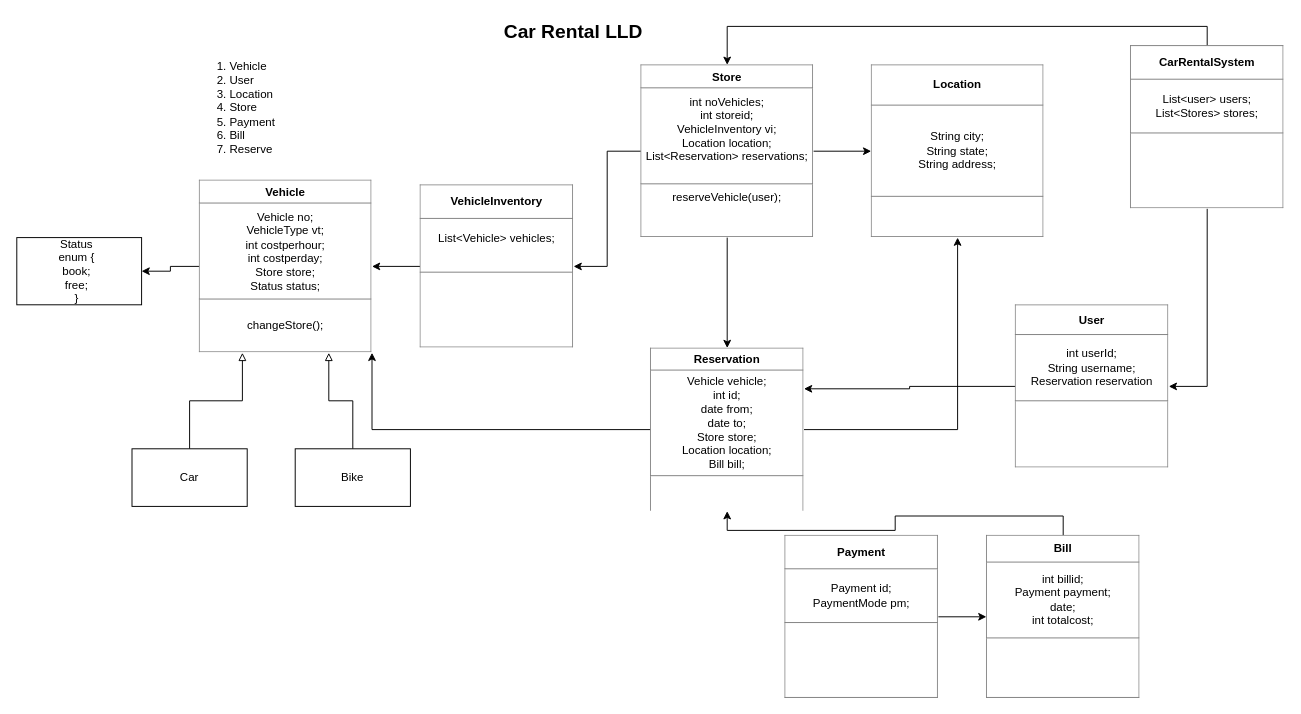
Above: CarRentalLLD.drawio in Prathamesh101/SystemDesignPractice (draw.io), before the change. Source tidied: cells renumbered, new cells numbered last; positions are measured from the earlier drawing's top-left corner, leaving out a move shared by most shapes. Both pictures are drawn from the tidied source at 96%, with x=0, y=0 at pixel (16, 16).
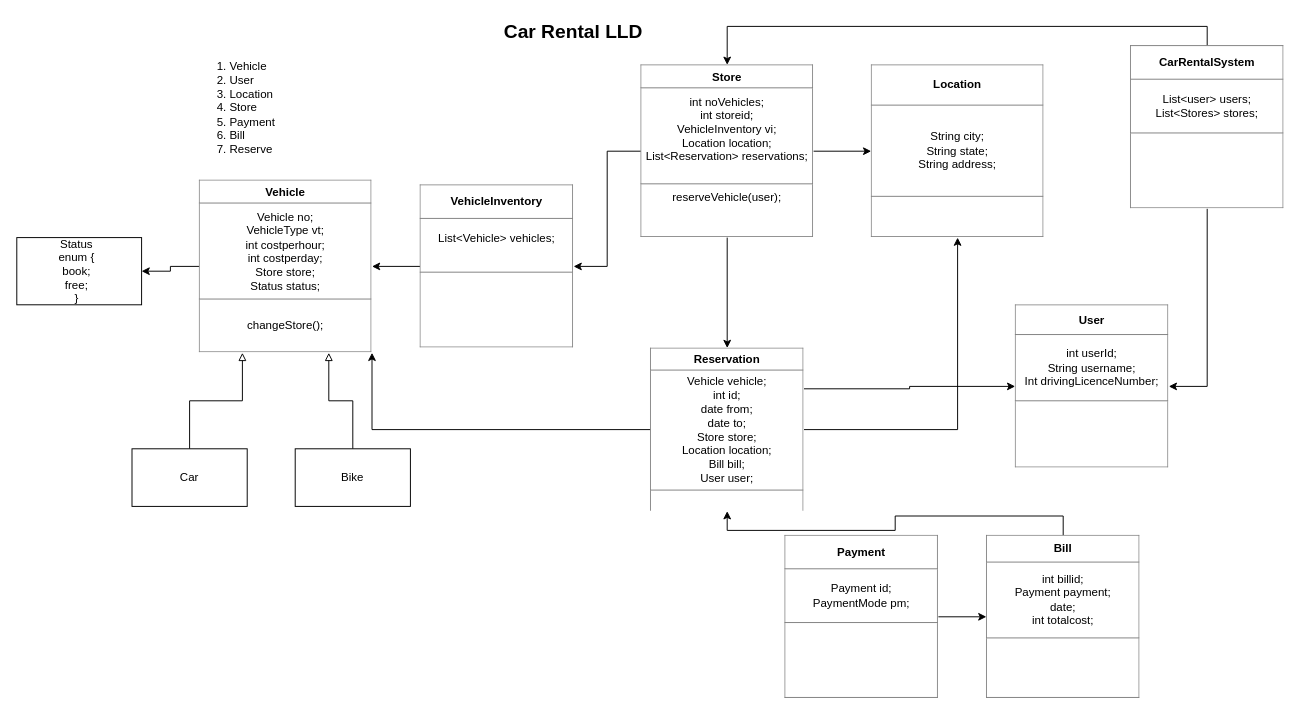
The same diagram, later.

Diff of the diagram source:
```diff
@@
+    <mxCell id="32" style="edgeStyle=orthogonalEdgeStyle;rounded=0;jettySize=auto;html=1;exitX=1;exitY=0.25;exitDx=0;exitDy=0;" parent="1" edge="1" source="19" target="28">
+      <mxGeometry relative="1" as="geometry" />
+    </mxCell>
-    <mxCell id="19" value="&lt;table border=&quot;1&quot; width=&quot;100%&quot; height=&quot;100%&quot; cellpadding=&quot;4&quot; style=&quot;width:100%;height:100%;border-collapse:collapse;&quot;&gt;&lt;tbody&gt;&lt;tr&gt;&lt;th align=&quot;center&quot;&gt;Reservation&lt;/th&gt;&lt;/tr&gt;&lt;tr&gt;&lt;td align=&quot;center&quot;&gt;Vehicle vehicle;&lt;br&gt;int id;&lt;br&gt;date from;&lt;br&gt;date to;&lt;br&gt;Store store;&lt;br&gt;Location location;&lt;br&gt;Bill bill;&lt;/td&gt;&lt;/tr&gt;&lt;tr&gt;&lt;td align=&quot;center&quot;&gt;&lt;br&gt;&lt;br&gt;&lt;br&gt;&lt;/td&gt;&lt;/tr&gt;&lt;/tbody&gt;&lt;/table&gt;" style="text;html=1;whiteSpace=wrap;strokeColor=none;fillColor=none;overflow=fill;" parent="1" vertex="1">
+    <mxCell id="19" value="&lt;table border=&quot;1&quot; width=&quot;100%&quot; height=&quot;100%&quot; cellpadding=&quot;4&quot; style=&quot;width:100%;height:100%;border-collapse:collapse;&quot;&gt;&lt;tbody&gt;&lt;tr&gt;&lt;th align=&quot;center&quot;&gt;Reservation&lt;/th&gt;&lt;/tr&gt;&lt;tr&gt;&lt;td align=&quot;center&quot;&gt;Vehicle vehicle;&lt;br&gt;int id;&lt;br&gt;date from;&lt;br&gt;date to;&lt;br&gt;Store store;&lt;br&gt;Location location;&lt;br&gt;Bill bill;&lt;br&gt;User user;&lt;/td&gt;&lt;/tr&gt;&lt;tr&gt;&lt;td align=&quot;center&quot;&gt;&lt;br&gt;&lt;br&gt;&lt;br&gt;&lt;/td&gt;&lt;/tr&gt;&lt;/tbody&gt;&lt;/table&gt;" style="text;html=1;whiteSpace=wrap;strokeColor=none;fillColor=none;overflow=fill;" parent="1" vertex="1">
       <mxGeometry x="660" y="345" width="160" height="170" as="geometry" />
     </mxCell>
@@
-    <mxCell id="27" style="edgeStyle=orthogonalEdgeStyle;rounded=0;jettySize=auto;html=1;entryX=1;entryY=0.25;entryDx=0;entryDy=0;" parent="1" edge="1" source="28" target="19">
-      <mxGeometry relative="1" as="geometry" />
-    </mxCell>
-    <mxCell id="28" value="&lt;table border=&quot;1&quot; width=&quot;100%&quot; height=&quot;100%&quot; cellpadding=&quot;4&quot; style=&quot;width:100%;height:100%;border-collapse:collapse;&quot;&gt;&lt;tbody&gt;&lt;tr&gt;&lt;th align=&quot;center&quot;&gt;User&lt;/th&gt;&lt;/tr&gt;&lt;tr&gt;&lt;td align=&quot;center&quot;&gt;int userId;&lt;br&gt;String username;&lt;br&gt;Reservation reservation&lt;/td&gt;&lt;/tr&gt;&lt;tr&gt;&lt;td align=&quot;center&quot;&gt;&lt;br&gt;&lt;br&gt;&lt;br&gt;&lt;/td&gt;&lt;/tr&gt;&lt;/tbody&gt;&lt;/table&gt;" style="text;html=1;whiteSpace=wrap;strokeColor=none;fillColor=none;overflow=fill;" parent="1" vertex="1">
+    <mxCell id="28" value="&lt;table border=&quot;1&quot; width=&quot;100%&quot; height=&quot;100%&quot; cellpadding=&quot;4&quot; style=&quot;width:100%;height:100%;border-collapse:collapse;&quot;&gt;&lt;tbody&gt;&lt;tr&gt;&lt;th align=&quot;center&quot;&gt;User&lt;/th&gt;&lt;/tr&gt;&lt;tr&gt;&lt;td align=&quot;center&quot;&gt;int userId;&lt;br&gt;String username;&lt;br&gt;Int drivingLicenceNumber;&lt;br&gt;&lt;/td&gt;&lt;/tr&gt;&lt;tr&gt;&lt;td align=&quot;center&quot;&gt;&lt;br&gt;&lt;br&gt;&lt;br&gt;&lt;/td&gt;&lt;/tr&gt;&lt;/tbody&gt;&lt;/table&gt;" style="text;html=1;whiteSpace=wrap;strokeColor=none;fillColor=none;overflow=fill;" parent="1" vertex="1">
       <mxGeometry x="1040" y="300" width="160" height="170" as="geometry" />
     </mxCell>
```
